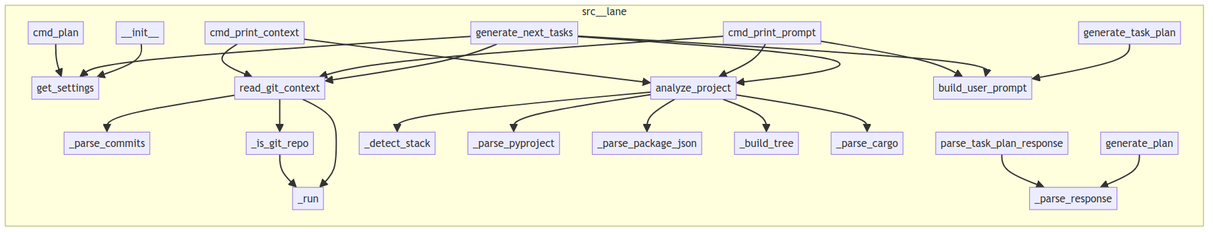
This is project/calls.png from semcod/nxdo, a Mermaid export, as it was before one commit. Its source is kept beside it as project/calls.mmd. Source of this version:
```mermaid
flowchart LR
    subgraph src__lane
        src__lane__git_reader___parse_commits["_parse_commits"]
        src__lane__git_reader__read_git_context["read_git_context"]
        src__lane__providers__openai_compat___parse_response["_parse_response"]
        src__lane__project_analyzer___detect_stack["_detect_stack"]
        src__lane__providers__openai_compat__OpenAICompatProvider__generate_plan["generate_plan"]
        src__lane__project_analyzer___parse_cargo["_parse_cargo"]
        src__lane__config__get_settings["get_settings"]
        src__lane__cli__cmd_print_prompt["cmd_print_prompt"]
        src__lane__providers__openai_compat__OpenAICompatProvider____init__["__init__"]
        src__lane__git_reader___run["_run"]
        src__lane__cli__cmd_print_context["cmd_print_context"]
        src__lane__project_analyzer___build_tree["_build_tree"]
        src__lane__llm_client__OpenAICompatibleLLMClient__generate_task_plan["generate_task_plan"]
        src__lane__llm_client__parse_task_plan_response["parse_task_plan_response"]
        src__lane__cli__cmd_plan["cmd_plan"]
        src__lane__llm_client__build_user_prompt["build_user_prompt"]
        src__lane__planner__generate_next_tasks["generate_next_tasks"]
        src__lane__project_analyzer__analyze_project["analyze_project"]
        src__lane__project_analyzer___parse_pyproject["_parse_pyproject"]
        src__lane__project_analyzer___parse_package_json["_parse_package_json"]
        src__lane__git_reader___is_git_repo["_is_git_repo"]
    end
    src__lane__cli__cmd_plan --> src__lane__config__get_settings
    src__lane__cli__cmd_print_context --> src__lane__project_analyzer__analyze_project
    src__lane__cli__cmd_print_context --> src__lane__git_reader__read_git_context
    src__lane__cli__cmd_print_prompt --> src__lane__project_analyzer__analyze_project
    src__lane__cli__cmd_print_prompt --> src__lane__git_reader__read_git_context
    src__lane__cli__cmd_print_prompt --> src__lane__llm_client__build_user_prompt
    src__lane__git_reader___is_git_repo --> src__lane__git_reader___run
    src__lane__git_reader__read_git_context --> src__lane__git_reader___run
    src__lane__git_reader__read_git_context --> src__lane__git_reader___parse_commits
    src__lane__git_reader__read_git_context --> src__lane__git_reader___is_git_repo
    src__lane__planner__generate_next_tasks --> src__lane__project_analyzer__analyze_project
    src__lane__planner__generate_next_tasks --> src__lane__git_reader__read_git_context
    src__lane__planner__generate_next_tasks --> src__lane__llm_client__build_user_prompt
    src__lane__planner__generate_next_tasks --> src__lane__config__get_settings
    src__lane__llm_client__parse_task_plan_response --> src__lane__providers__openai_compat___parse_response
    src__lane__llm_client__OpenAICompatibleLLMClient__generate_task_plan --> src__lane__llm_client__build_user_prompt
    src__lane__project_analyzer__analyze_project --> src__lane__project_analyzer___detect_stack
    src__lane__project_analyzer__analyze_project --> src__lane__project_analyzer___parse_pyproject
    src__lane__project_analyzer__analyze_project --> src__lane__project_analyzer___parse_package_json
    src__lane__project_analyzer__analyze_project --> src__lane__project_analyzer___build_tree
    src__lane__project_analyzer__analyze_project --> src__lane__project_analyzer___parse_cargo
    src__lane__providers__openai_compat__OpenAICompatProvider____init__ --> src__lane__config__get_settings
    src__lane__providers__openai_compat__OpenAICompatProvider__generate_plan --> src__lane__providers__openai_compat___parse_response
```
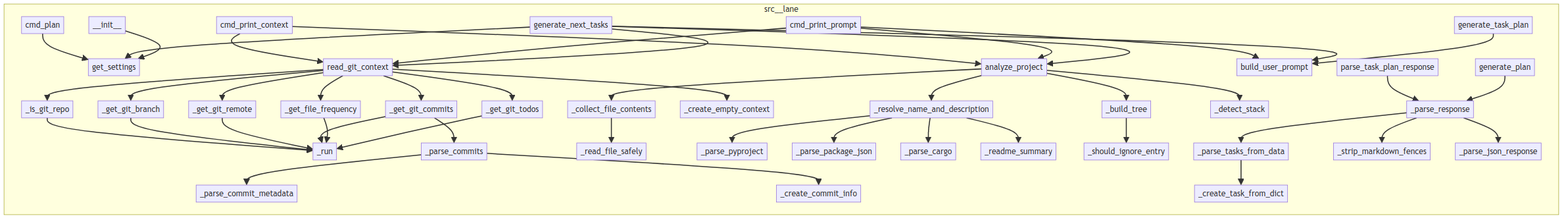
The same file after the commit.

What changed in the source:
```diff
@@ -1,26 +1,53 @@
 flowchart LR
     subgraph src__lane
+        src__lane__project_analyzer___parse_package_json["_parse_package_json"]
+        src__lane__project_analyzer___truncate_file_content["_truncate_file_content"]
+        src__lane__providers__openai_compat___parse_tasks_from_data["_parse_tasks_from_data"]
+        src__lane__git_reader___run_git_command["_run_git_command"]
+        src__lane__cli__cmd_plan["cmd_plan"]
+        src__lane__project_analyzer___detect_stack["_detect_stack"]
+        src__lane__git_reader___is_git_repo["_is_git_repo"]
+        src__lane__project_analyzer___should_ignore_entry["_should_ignore_entry"]
+        src__lane__cli__cmd_print_context["cmd_print_context"]
+        src__lane__git_reader___get_file_frequency["_get_file_frequency"]
+        src__lane__git_reader___count_file_frequencies["_count_file_frequencies"]
+        src__lane__git_reader___run["_run"]
+        src__lane__project_analyzer___build_tree["_build_tree"]
+        src__lane__git_reader___get_git_branch["_get_git_branch"]
+        src__lane__project_analyzer___parse_pyproject["_parse_pyproject"]
+        src__lane__project_analyzer___parse_pyproject_regex["_parse_pyproject_regex"]
+        src__lane__project_analyzer___resolve_name_and_description["_resolve_name_and_description"]
+        src__lane__project_analyzer___read_file_safely["_read_file_safely"]
+        src__lane__project_analyzer___get_connector["_get_connector"]
+        src__lane__providers__openai_compat___parse_response["_parse_response"]
+        src__lane__git_reader___parse_commit_metadata["_parse_commit_metadata"]
         src__lane__git_reader___parse_commits["_parse_commits"]
-        src__lane__git_reader__read_git_context["read_git_context"]
-        src__lane__providers__openai_compat___parse_response["_parse_response"]
-        src__lane__project_analyzer___detect_stack["_detect_stack"]
-        src__lane__providers__openai_compat__OpenAICompatProvider__generate_plan["generate_plan"]
-        src__lane__project_analyzer___parse_cargo["_parse_cargo"]
+        src__lane__git_reader___get_git_remote["_get_git_remote"]
         src__lane__config__get_settings["get_settings"]
         src__lane__cli__cmd_print_prompt["cmd_print_prompt"]
-        src__lane__providers__openai_compat__OpenAICompatProvider____init__["__init__"]
-        src__lane__git_reader___run["_run"]
-        src__lane__cli__cmd_print_context["cmd_print_context"]
-        src__lane__project_analyzer___build_tree["_build_tree"]
-        src__lane__llm_client__OpenAICompatibleLLMClient__generate_task_plan["generate_task_plan"]
-        src__lane__llm_client__parse_task_plan_response["parse_task_plan_response"]
-        src__lane__cli__cmd_plan["cmd_plan"]
         src__lane__llm_client__build_user_prompt["build_user_prompt"]
         src__lane__planner__generate_next_tasks["generate_next_tasks"]
+        src__lane__llm_client__parse_task_plan_response["parse_task_plan_response"]
         src__lane__project_analyzer__analyze_project["analyze_project"]
-        src__lane__project_analyzer___parse_pyproject["_parse_pyproject"]
-        src__lane__project_analyzer___parse_package_json["_parse_package_json"]
-        src__lane__git_reader___is_git_repo["_is_git_repo"]
+        src__lane__git_reader__read_git_context["read_git_context"]
+        src__lane__project_analyzer___check_pattern_match["_check_pattern_match"]
+        src__lane__git_reader___get_git_commits["_get_git_commits"]
+        src__lane__project_analyzer___get_extension["_get_extension"]
+        src__lane__llm_client__OpenAICompatibleLLMClient__generate_task_plan["generate_task_plan"]
+        src__lane__providers__openai_compat__OpenAICompatProvider____init__["__init__"]
+        src__lane__git_reader___format_file_summary["_format_file_summary"]
+        src__lane__project_analyzer___readme_summary["_readme_summary"]
+        src__lane__git_reader___create_empty_context["_create_empty_context"]
+        src__lane__providers__openai_compat__OpenAICompatProvider__generate_plan["generate_plan"]
+        src__lane__git_reader___create_commit_info["_create_commit_info"]
+        src__lane__project_analyzer___parse_pyproject_tomllib["_parse_pyproject_tomllib"]
+        src__lane__providers__openai_compat___create_task_from_dict["_create_task_from_dict"]
+        src__lane__providers__openai_compat___parse_json_response["_parse_json_response"]
+        src__lane__providers__openai_compat___strip_markdown_fences["_strip_markdown_fences"]
+        src__lane__project_analyzer___parse_cargo["_parse_cargo"]
+        src__lane__project_analyzer___get_tree_symbol["_get_tree_symbol"]
+        src__lane__project_analyzer___collect_file_contents["_collect_file_contents"]
+        src__lane__git_reader___get_git_todos["_get_git_todos"]
     end
     src__lane__cli__cmd_plan --> src__lane__config__get_settings
     src__lane__cli__cmd_print_context --> src__lane__project_analyzer__analyze_project
@@ -28,20 +55,50 @@
     src__lane__cli__cmd_print_prompt --> src__lane__project_analyzer__analyze_project
     src__lane__cli__cmd_print_prompt --> src__lane__git_reader__read_git_context
     src__lane__cli__cmd_print_prompt --> src__lane__llm_client__build_user_prompt
-    src__lane__git_reader___is_git_repo --> src__lane__git_reader___run
-    src__lane__git_reader__read_git_context --> src__lane__git_reader___run
-    src__lane__git_reader__read_git_context --> src__lane__git_reader___parse_commits
-    src__lane__git_reader__read_git_context --> src__lane__git_reader___is_git_repo
     src__lane__planner__generate_next_tasks --> src__lane__project_analyzer__analyze_project
     src__lane__planner__generate_next_tasks --> src__lane__git_reader__read_git_context
     src__lane__planner__generate_next_tasks --> src__lane__llm_client__build_user_prompt
     src__lane__planner__generate_next_tasks --> src__lane__config__get_settings
     src__lane__llm_client__parse_task_plan_response --> src__lane__providers__openai_compat___parse_response
     src__lane__llm_client__OpenAICompatibleLLMClient__generate_task_plan --> src__lane__llm_client__build_user_prompt
-    src__lane__project_analyzer__analyze_project --> src__lane__project_analyzer___detect_stack
-    src__lane__project_analyzer__analyze_project --> src__lane__project_analyzer___parse_pyproject
-    src__lane__project_analyzer__analyze_project --> src__lane__project_analyzer___parse_package_json
-    src__lane__project_analyzer__analyze_project --> src__lane__project_analyzer___build_tree
-    src__lane__project_analyzer__analyze_project --> src__lane__project_analyzer___parse_cargo
     src__lane__providers__openai_compat__OpenAICompatProvider____init__ --> src__lane__config__get_settings
     src__lane__providers__openai_compat__OpenAICompatProvider__generate_plan --> src__lane__providers__openai_compat___parse_response
+    src__lane__providers__openai_compat___parse_tasks_from_data --> src__lane__providers__openai_compat___create_task_from_dict
+    src__lane__providers__openai_compat___parse_response --> src__lane__providers__openai_compat___strip_markdown_fences
+    src__lane__providers__openai_compat___parse_response --> src__lane__providers__openai_compat___parse_json_response
+    src__lane__providers__openai_compat___parse_response --> src__lane__providers__openai_compat___parse_tasks_from_data
+    src__lane__git_reader___is_git_repo --> src__lane__git_reader___run
+    src__lane__git_reader___run_git_command --> src__lane__git_reader___run
+    src__lane__git_reader___get_git_branch --> src__lane__git_reader___run_git_command
+    src__lane__git_reader___get_git_remote --> src__lane__git_reader___run_git_command
+    src__lane__git_reader___get_git_commits --> src__lane__git_reader___run
+    src__lane__git_reader___get_git_commits --> src__lane__git_reader___parse_commits
+    src__lane__git_reader___get_file_frequency --> src__lane__git_reader___run
+    src__lane__git_reader___get_file_frequency --> src__lane__git_reader___count_file_frequencies
+    src__lane__git_reader___get_file_frequency --> src__lane__git_reader___format_file_summary
+    src__lane__git_reader___get_git_todos --> src__lane__git_reader___run
+    src__lane__git_reader__read_git_context --> src__lane__git_reader___get_git_branch
+    src__lane__git_reader__read_git_context --> src__lane__git_reader___get_git_remote
+    src__lane__git_reader__read_git_context --> src__lane__git_reader___get_git_commits
+    src__lane__git_reader__read_git_context --> src__lane__git_reader___get_file_frequency
+    src__lane__git_reader__read_git_context --> src__lane__git_reader___get_git_todos
+    src__lane__git_reader__read_git_context --> src__lane__git_reader___is_git_repo
+    src__lane__git_reader__read_git_context --> src__lane__git_reader___create_empty_context
+    src__lane__git_reader___parse_commits --> src__lane__git_reader___parse_commit_metadata
+    src__lane__git_reader___parse_commits --> src__lane__git_reader___create_commit_info
+    src__lane__project_analyzer___collect_file_contents --> src__lane__project_analyzer___read_file_safely
+    src__lane__project_analyzer___collect_file_contents --> src__lane__project_analyzer___truncate_file_content
+    src__lane__project_analyzer___resolve_name_and_description --> src__lane__project_analyzer___parse_pyproject
+    src__lane__project_analyzer___resolve_name_and_description --> src__lane__project_analyzer___parse_package_json
+    src__lane__project_analyzer___resolve_name_and_description --> src__lane__project_analyzer___parse_cargo
+    src__lane__project_analyzer___resolve_name_and_description --> src__lane__project_analyzer___readme_summary
+    src__lane__project_analyzer__analyze_project --> src__lane__project_analyzer___collect_file_contents
+    src__lane__project_analyzer__analyze_project --> src__lane__project_analyzer___detect_stack
+    src__lane__project_analyzer__analyze_project --> src__lane__project_analyzer___resolve_name_and_description
+    src__lane__project_analyzer__analyze_project --> src__lane__project_analyzer___build_tree
+    src__lane__project_analyzer___detect_stack --> src__lane__project_analyzer___check_pattern_match
+    src__lane__project_analyzer___parse_pyproject --> src__lane__project_analyzer___parse_pyproject_tomllib
+    src__lane__project_analyzer___parse_pyproject --> src__lane__project_analyzer___parse_pyproject_regex
+    src__lane__project_analyzer___get_connector --> src__lane__project_analyzer___get_tree_symbol
+    src__lane__project_analyzer___get_extension --> src__lane__project_analyzer___get_tree_symbol
+    src__lane__project_analyzer___build_tree --> src__lane__project_analyzer___should_ignore_entry
```
